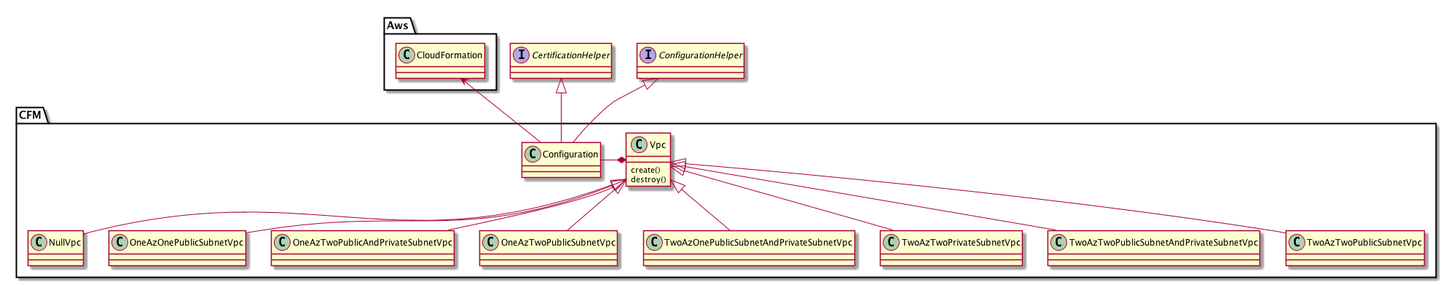
Before: docs/dev/cfm/images/vpc_core_model.png, a diagram exported from PlantUML (k2works/etude_for_aws).
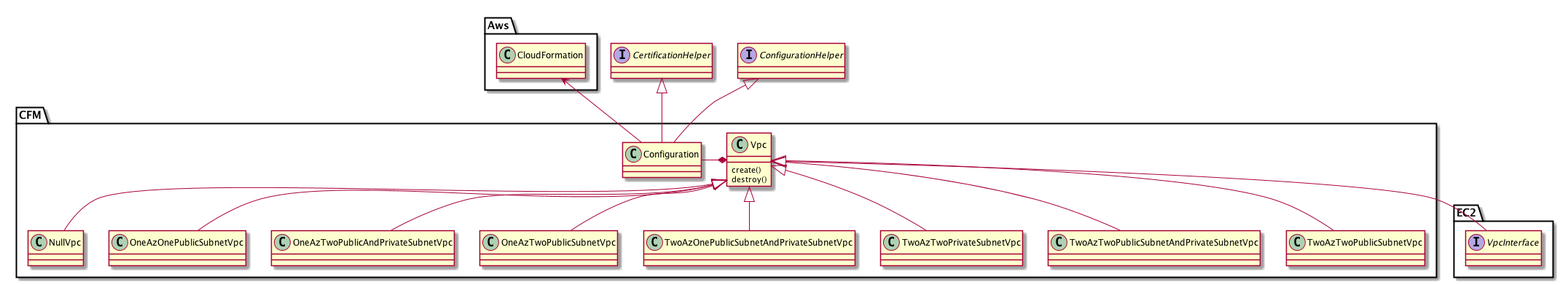
Later version of the same file.

Change to the diagram source:
```diff
@@ -2,6 +2,10 @@
 
 package Aws {
   class CloudFormation
+}
+
+package EC2 {
+  Interface VpcInterface
 }
 
 Interface CertificationHelper
@@ -12,6 +16,8 @@
     create()
     destroy()
   }
+
+  Vpc <|-- VpcInterface
   CertificationHelper <|-- Configuration
   ConfigurationHelper <|-- Configuration
   Configuration -l-> CloudFormation
```
